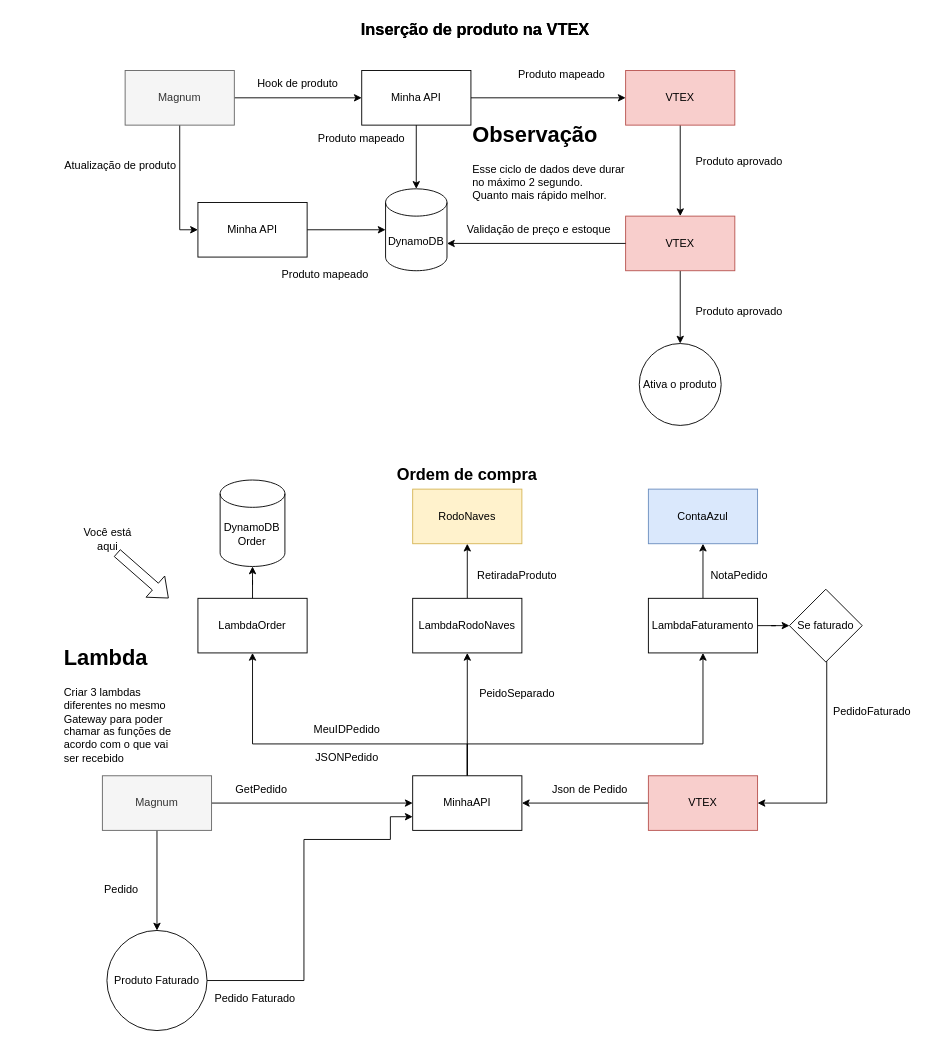
Earlier version of the draw.io diagram fluxo-tech-magnum.drawio (GustavoOliveira11/flowcharts). Source tidied: cells renumbered, new cells numbered last; positions are measured from the earlier drawing's top-left corner, leaving out a move shared by most shapes. Both pictures are drawn from the tidied source at 91%, with x=0, y=0 at pixel (52, 15).
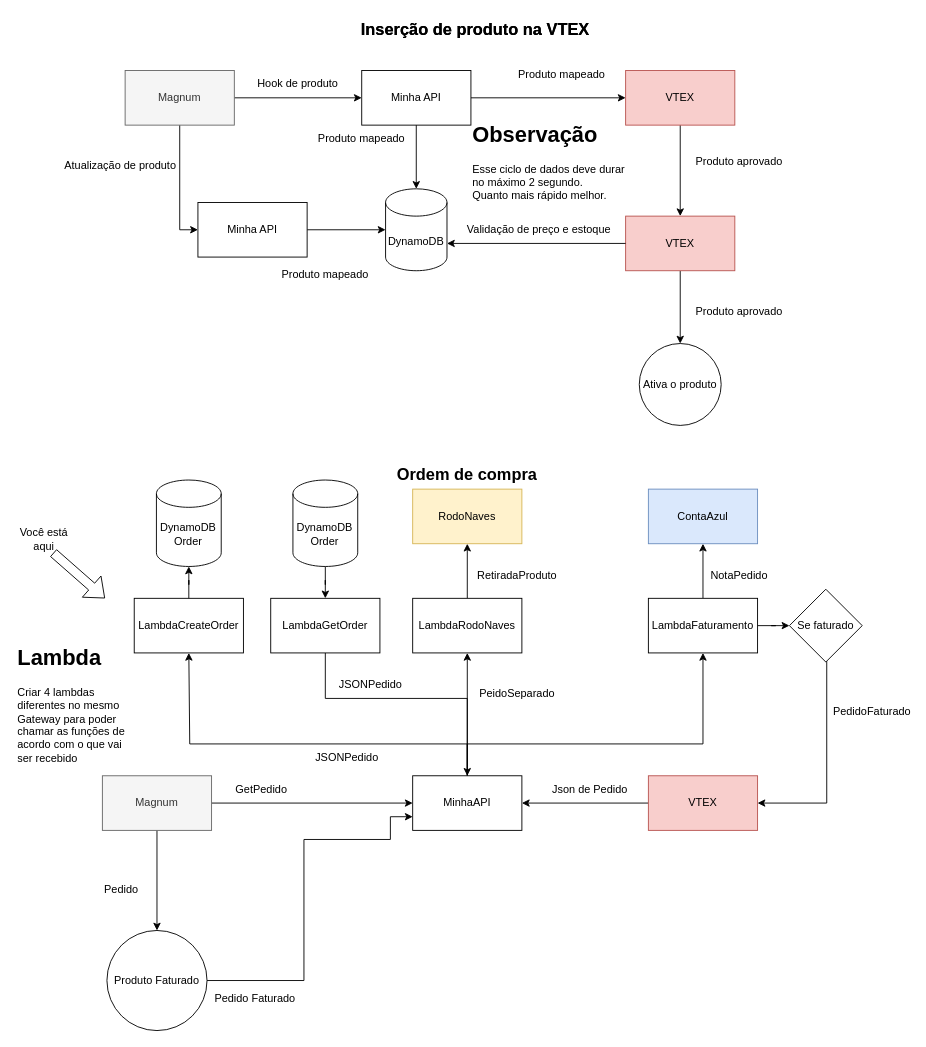
The same page after the edit.

Unchanged cells that the change refers to:
```xml
<mxCell id="34" value="MinhaAPI" style="rounded=0;whiteSpace=wrap;html=1;" parent="1" vertex="1">
  <mxGeometry x="396" y="835" width="120" height="60" as="geometry" />
</mxCell>
```

The edit, as a diff of the source:
```diff
@@
     <mxCell id="33" style="edgeStyle=orthogonalEdgeStyle;rounded=0;jettySize=auto;html=1;entryX=0.5;entryY=1;entryDx=0;entryDy=0;" parent="1" edge="1" source="34" target="43">
       <mxGeometry relative="1" as="geometry">
         <Array as="points">
           <mxPoint x="456" y="800" />
-          <mxPoint x="220" y="800" />
+          <mxPoint x="151" y="800" />
         </Array>
       </mxGeometry>
     </mxCell>
@@
-    <mxCell id="43" value="LambdaOrder" style="rounded=0;whiteSpace=wrap;html=1;" parent="1" vertex="1">
-      <mxGeometry x="160" y="640" width="120" height="60" as="geometry" />
+    <mxCell id="43" value="LambdaCreateOrder" style="rounded=0;whiteSpace=wrap;html=1;" parent="1" vertex="1">
+      <mxGeometry x="90" y="640" width="120" height="60" as="geometry" />
     </mxCell>
@@
-    <mxCell id="49" value="&lt;h1 style=&quot;margin-top: 0px;&quot;&gt;Lambda&lt;/h1&gt;&lt;div&gt;Criar 3 lambdas diferentes no mesmo Gateway para poder chamar as funções de acordo com o que vai ser recebido&lt;/div&gt;" style="text;html=1;whiteSpace=wrap;overflow=hidden;rounded=0;" parent="1" vertex="1">
-      <mxGeometry x="11" y="685" width="130" height="140" as="geometry" />
+    <mxCell id="49" value="&lt;h1 style=&quot;margin-top: 0px;&quot;&gt;Lambda&lt;/h1&gt;&lt;div&gt;Criar 4 lambdas diferentes no mesmo Gateway para poder chamar as funções de acordo com o que vai ser recebido&lt;/div&gt;" style="text;html=1;whiteSpace=wrap;overflow=hidden;rounded=0;" parent="1" vertex="1">
+      <mxGeometry x="-40" y="685" width="130" height="140" as="geometry" />
     </mxCell>
     <mxCell id="50" value="DynamoDB&lt;div&gt;Order&lt;/div&gt;" style="shape=cylinder3;whiteSpace=wrap;html=1;boundedLbl=1;backgroundOutline=1;size=15;" parent="1" vertex="1">
-      <mxGeometry x="184.4" y="510" width="71.2" height="95" as="geometry" />
+      <mxGeometry x="114.4" y="510" width="71.2" height="95" as="geometry" />
     </mxCell>
@@
-    <mxCell id="52" value="MeuIDPedido" style="text;html=1;align=center;verticalAlign=middle;whiteSpace=wrap;rounded=0;" parent="1" vertex="1">
-      <mxGeometry x="285.5" y="770" width="76" height="30" as="geometry" />
-    </mxCell>
@@
     <mxCell id="63" style="shape=flexArrow;endArrow=classic;html=1;rounded=0;" parent="1" edge="1">
       <mxGeometry relative="1" as="geometry">
-        <mxPoint x="71" y="590" as="sourcePoint" />
-        <mxPoint x="127.9" y="640" as="targetPoint" />
+        <mxPoint x="1" y="590" as="sourcePoint" />
+        <mxPoint x="57.9" y="640" as="targetPoint" />
       </mxGeometry>
     </mxCell>
     <mxCell id="64" value="Você está aqui" style="text;html=1;align=center;verticalAlign=middle;whiteSpace=wrap;rounded=0;" parent="1" vertex="1">
-      <mxGeometry x="31" y="560" width="60" height="30" as="geometry" />
+      <mxGeometry x="-39" y="560" width="60" height="30" as="geometry" />
     </mxCell>
+    <mxCell id="65" style="edgeStyle=orthogonalEdgeStyle;rounded=0;jettySize=auto;html=1;entryX=0.5;entryY=0;entryDx=0;entryDy=0;" parent="1" edge="1" source="66" target="34">
+      <mxGeometry relative="1" as="geometry">
+        <Array as="points">
+          <mxPoint x="300" y="750" />
+          <mxPoint x="456" y="750" />
+        </Array>
+      </mxGeometry>
+    </mxCell>
+    <mxCell id="66" value="LambdaGetOrder" style="rounded=0;whiteSpace=wrap;html=1;" parent="1" vertex="1">
+      <mxGeometry x="240" y="640" width="120" height="60" as="geometry" />
+    </mxCell>
+    <mxCell id="67" style="edgeStyle=orthogonalEdgeStyle;rounded=0;jettySize=auto;html=1;entryX=0.5;entryY=0;entryDx=0;entryDy=0;" parent="1" edge="1" source="68" target="66">
+      <mxGeometry relative="1" as="geometry" />
+    </mxCell>
+    <mxCell id="68" value="DynamoDB&lt;div&gt;Order&lt;/div&gt;" style="shape=cylinder3;whiteSpace=wrap;html=1;boundedLbl=1;backgroundOutline=1;size=15;" parent="1" vertex="1">
+      <mxGeometry x="264.4" y="510" width="71.2" height="95" as="geometry" />
+    </mxCell>
+    <mxCell id="69" value="JSONPedido" style="text;html=1;align=center;verticalAlign=middle;whiteSpace=wrap;rounded=0;" parent="1" vertex="1">
+      <mxGeometry x="320" y="720" width="60" height="30" as="geometry" />
+    </mxCell>
```
